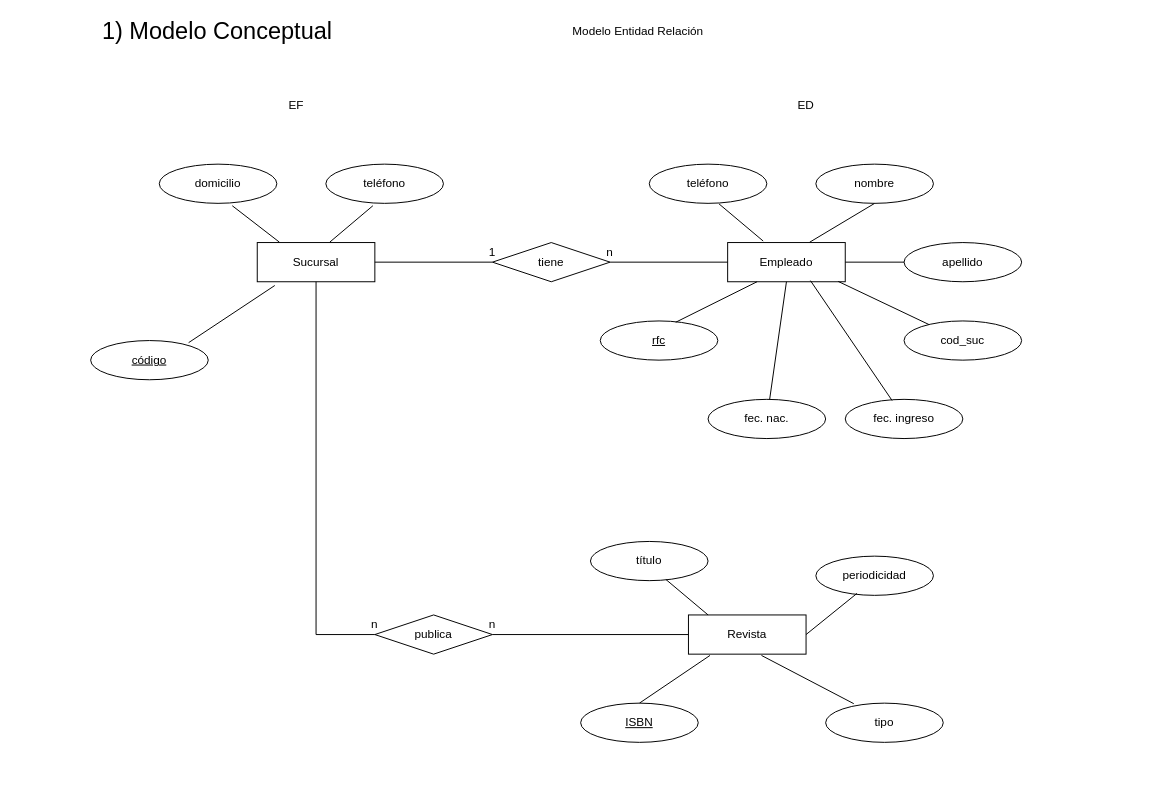
G-Moll/EDC_ZR_LJ_2025_07_14_14HRS keeps this draw.io diagram as M03DB/S02/Step-02-Editorial.drawio. Above is the earlier version. Source tidied: cells renumbered, new cells numbered last; positions are measured from the earlier drawing's top-left corner, leaving out a move shared by most shapes. Both pictures are drawn from the tidied source at 98%, with x=0, y=0 at pixel (90, 17).
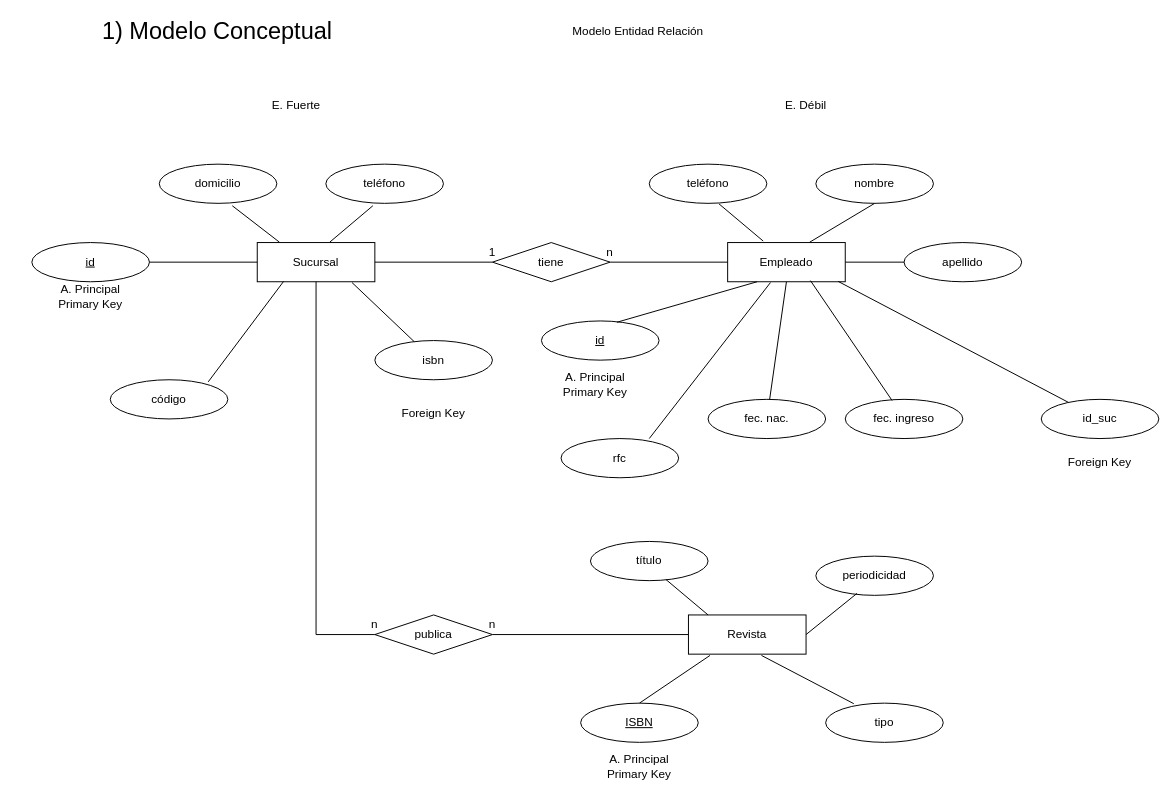
Above is the later version.

The change refers to these unchanged cells:
```xml
<mxCell id="3" value="Sucursal" style="rounded=0;whiteSpace=wrap;html=1;" parent="1" vertex="1">
  <mxGeometry x="170" y="230" width="120" height="40" as="geometry" />
</mxCell>
<mxCell id="8" value="Empleado" style="rounded=0;whiteSpace=wrap;html=1;" parent="1" vertex="1">
  <mxGeometry x="650" y="230" width="120" height="40" as="geometry" />
</mxCell>
```

The edit, as a diff of the source:
```diff
@@
-    <mxCell id="6" value="&lt;u&gt;código&lt;/u&gt;" style="ellipse;whiteSpace=wrap;html=1;" parent="1" vertex="1">
-      <mxGeometry y="330" width="120" height="40" as="geometry" />
+    <mxCell id="6" value="código" style="ellipse;whiteSpace=wrap;html=1;" parent="1" vertex="1">
+      <mxGeometry x="20" y="370" width="120" height="40" as="geometry" />
     </mxCell>
@@
-    <mxCell id="11" value="&lt;u&gt;rfc&lt;/u&gt;" style="ellipse;whiteSpace=wrap;html=1;" parent="1" vertex="1">
-      <mxGeometry x="520" y="310" width="120" height="40" as="geometry" />
+    <mxCell id="11" value="&lt;u&gt;id&lt;/u&gt;" style="ellipse;whiteSpace=wrap;html=1;" parent="1" vertex="1">
+      <mxGeometry x="460" y="310" width="120" height="40" as="geometry" />
     </mxCell>
@@
-    <mxCell id="19" value="cod_suc" style="ellipse;whiteSpace=wrap;html=1;" parent="1" vertex="1">
-      <mxGeometry x="830" y="310" width="120" height="40" as="geometry" />
+    <mxCell id="19" value="id_suc" style="ellipse;whiteSpace=wrap;html=1;" parent="1" vertex="1">
+      <mxGeometry x="970" y="390" width="120" height="40" as="geometry" />
     </mxCell>
-    <mxCell id="20" value="EF" style="text;html=1;align=center;verticalAlign=middle;whiteSpace=wrap;rounded=0;" parent="1" vertex="1">
+    <mxCell id="20" value="E. Fuerte" style="text;html=1;align=center;verticalAlign=middle;whiteSpace=wrap;rounded=0;" parent="1" vertex="1">
       <mxGeometry x="170" y="60" width="80" height="60" as="geometry" />
     </mxCell>
-    <mxCell id="21" value="ED" style="text;html=1;align=center;verticalAlign=middle;whiteSpace=wrap;rounded=0;" parent="1" vertex="1">
+    <mxCell id="21" value="E. Débil" style="text;html=1;align=center;verticalAlign=middle;whiteSpace=wrap;rounded=0;" parent="1" vertex="1">
       <mxGeometry x="690" y="60" width="80" height="60" as="geometry" />
     </mxCell>
@@
-    <mxCell id="26" style="endArrow=none;html=1;rounded=0;exitX=0.833;exitY=0.054;exitDx=0;exitDy=0;exitPerimeter=0;entryX=0.149;entryY=1.096;entryDx=0;entryDy=0;entryPerimeter=0;" parent="1" edge="1" source="6" target="3">
+    <mxCell id="26" style="endArrow=none;html=1;rounded=0;exitX=0.833;exitY=0.054;exitDx=0;exitDy=0;exitPerimeter=0;entryX=0.224;entryY=0.992;entryDx=0;entryDy=0;entryPerimeter=0;" parent="1" edge="1" source="6" target="3">
       <mxGeometry relative="1" as="geometry" />
     </mxCell>
@@
+    <mxCell id="47" value="isbn" style="ellipse;whiteSpace=wrap;html=1;" parent="1" vertex="1">
+      <mxGeometry x="290" y="330" width="120" height="40" as="geometry" />
+    </mxCell>
+    <mxCell id="48" style="endArrow=none;html=1;rounded=0;entryX=0.806;entryY=1.021;entryDx=0;entryDy=0;entryPerimeter=0;" parent="1" edge="1" source="47" target="3">
+      <mxGeometry relative="1" as="geometry" />
+    </mxCell>
+    <mxCell id="49" value="A. Principal&lt;br&gt;Primary Key" style="text;html=1;align=center;verticalAlign=middle;whiteSpace=wrap;rounded=0;" parent="1" vertex="1">
+      <mxGeometry x="-75" y="270" width="150" height="30" as="geometry" />
+    </mxCell>
+    <mxCell id="50" value="A. Principal&lt;br&gt;Primary Key" style="text;html=1;align=center;verticalAlign=middle;whiteSpace=wrap;rounded=0;" parent="1" vertex="1">
+      <mxGeometry x="485" y="750" width="150" height="30" as="geometry" />
+    </mxCell>
+    <mxCell id="51" value="A. Principal&lt;br&gt;Primary Key" style="text;html=1;align=center;verticalAlign=middle;whiteSpace=wrap;rounded=0;" parent="1" vertex="1">
+      <mxGeometry x="440" y="360" width="150" height="30" as="geometry" />
+    </mxCell>
+    <mxCell id="52" value="Foreign Key" style="text;html=1;align=center;verticalAlign=middle;whiteSpace=wrap;rounded=0;" parent="1" vertex="1">
+      <mxGeometry x="970" y="440" width="120" height="30" as="geometry" />
+    </mxCell>
+    <mxCell id="53" value="Foreign Key" style="text;html=1;align=center;verticalAlign=middle;whiteSpace=wrap;rounded=0;" parent="1" vertex="1">
+      <mxGeometry x="290" y="390" width="120" height="30" as="geometry" />
+    </mxCell>
+    <mxCell id="54" value="rfc" style="ellipse;whiteSpace=wrap;html=1;" parent="1" vertex="1">
+      <mxGeometry x="480" y="430" width="120" height="40" as="geometry" />
+    </mxCell>
+    <mxCell id="55" style="endArrow=none;html=1;rounded=0;exitX=0.364;exitY=1.021;exitDx=0;exitDy=0;entryX=0.75;entryY=0;entryDx=0;entryDy=0;entryPerimeter=0;exitPerimeter=0;" parent="1" edge="1" source="8" target="54">
+      <mxGeometry relative="1" as="geometry" />
+    </mxCell>
+    <mxCell id="56" value="&lt;u&gt;id&lt;/u&gt;" style="ellipse;whiteSpace=wrap;html=1;" parent="1" vertex="1">
+      <mxGeometry x="-60" y="230" width="120" height="40" as="geometry" />
+    </mxCell>
+    <mxCell id="57" style="endArrow=none;html=1;rounded=0;exitX=1;exitY=0.5;exitDx=0;exitDy=0;entryX=0;entryY=0.5;entryDx=0;entryDy=0;" parent="1" edge="1" source="56" target="3">
+      <mxGeometry relative="1" as="geometry" />
+    </mxCell>
```
